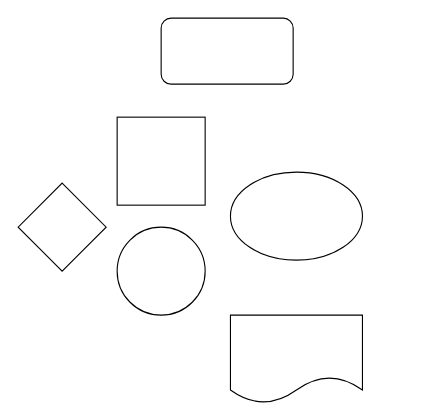
The draw.io diagram 未命名表单.drawio in ymm97/draw, before the edit. Source tidied: cells renumbered, new cells numbered last; positions are measured from the earlier drawing's top-left corner, leaving out a move shared by most shapes. Both pictures are drawn from the tidied source at 110%, with x=0, y=0 at pixel (18, 18).
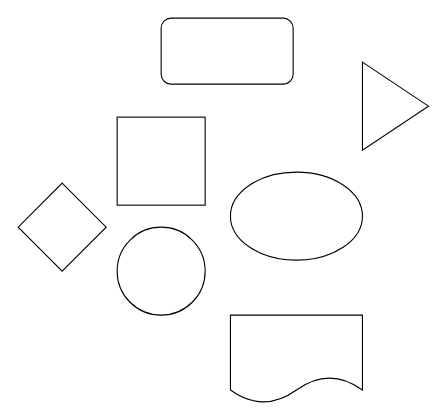
The same page after the edit.

Commit message:
Update 未命名表单.drawio

What changed in the source:
```diff
@@
 <mxGraphModel>
   <root>
     <mxCell id="0" />
     <mxCell id="1" parent="0" />
     <mxCell id="2" style="whiteSpace=wrap;html=1;" parent="1" vertex="1">
       <mxGeometry x="90" y="90" width="80" height="80" as="geometry" />
     </mxCell>
     <mxCell id="3" style="ellipse;whiteSpace=wrap;html=1;" parent="1" vertex="1">
       <mxGeometry x="90" y="190" width="80" height="80" as="geometry" />
     </mxCell>
     <mxCell id="4" style="ellipse;whiteSpace=wrap;html=1;" parent="1" vertex="1">
       <mxGeometry x="193" y="140" width="120" height="80" as="geometry" />
     </mxCell>
     <mxCell id="5" style="rhombus;whiteSpace=wrap;html=1;" parent="1" vertex="1">
       <mxGeometry y="150" width="80" height="80" as="geometry" />
     </mxCell>
     <mxCell id="6" style="rounded=1;whiteSpace=wrap;html=1;" parent="1" vertex="1">
       <mxGeometry x="130" width="120" height="60" as="geometry" />
     </mxCell>
     <mxCell id="7" style="shape=document;whiteSpace=wrap;html=1;boundedLbl=1;" parent="1" vertex="1">
       <mxGeometry x="193" y="270" width="120" height="80" as="geometry" />
     </mxCell>
+    <mxCell id="8" style="triangle;whiteSpace=wrap;html=1;" parent="1" vertex="1">
+      <mxGeometry x="313" y="40" width="60" height="80" as="geometry" />
+    </mxCell>
   </root>
 </mxGraphModel>
```
